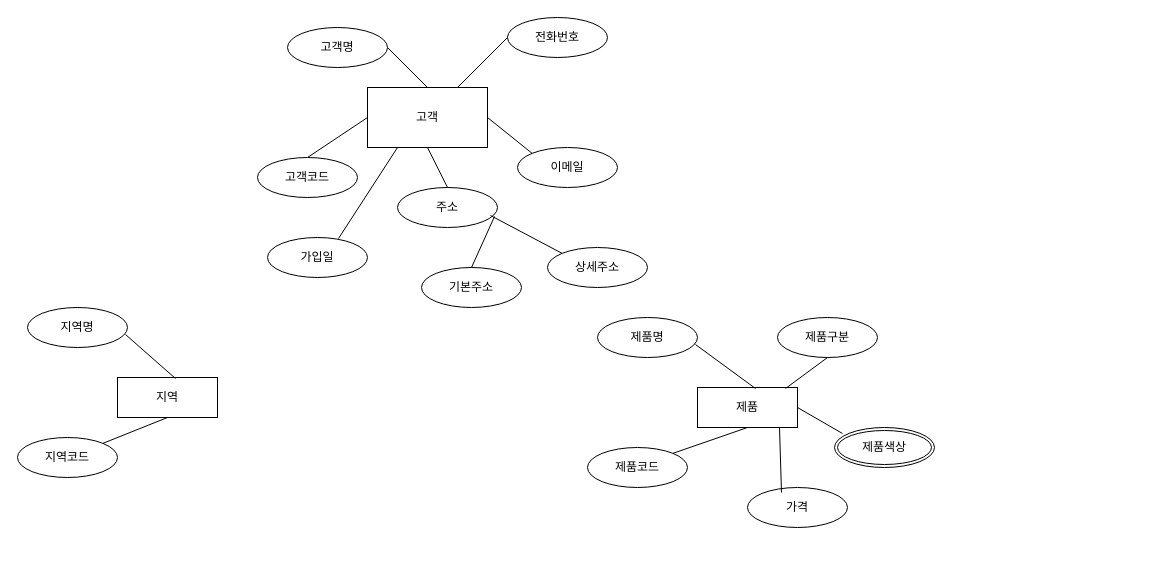
This is 제목 없는 다이어그램.drawio from dalaran28/erd, a draw.io file, before an edit. Source tidied: cells renumbered, new cells numbered last; positions are measured from the earlier drawing's top-left corner, leaving out a move shared by most shapes. Both pictures are drawn from the tidied source at 100%, with x=0, y=0 at pixel (17, 17).
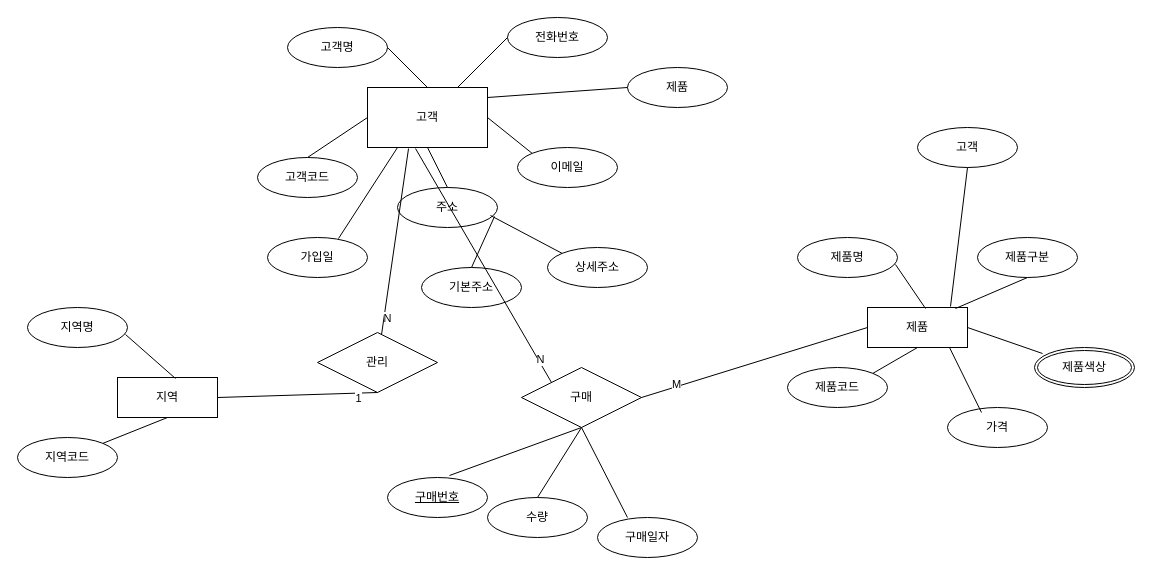
After the change.

Commit message (it also covers changes not shown here):
제목 없는 다이어그램.drawio 업데이트

The change refers to these unchanged cells:
```xml
<mxCell id="2" value="고객" style="whiteSpace=wrap;html=1;align=center;" parent="1" vertex="1">
  <mxGeometry x="350" y="70" width="120" height="60" as="geometry" />
</mxCell>
<mxCell id="19" value="지역" style="whiteSpace=wrap;html=1;align=center;" parent="1" vertex="1">
  <mxGeometry x="100" y="360" width="100" height="40" as="geometry" />
</mxCell>
```

The edit, as a diff of the source:
```diff
@@
     <mxCell id="24" value="제품" style="whiteSpace=wrap;html=1;align=center;" parent="1" vertex="1">
-      <mxGeometry x="680" y="370" width="100" height="40" as="geometry" />
+      <mxGeometry x="850" y="290" width="100" height="40" as="geometry" />
     </mxCell>
     <mxCell id="25" value="제품명" style="ellipse;whiteSpace=wrap;html=1;align=center;" parent="1" vertex="1">
-      <mxGeometry x="580" y="300" width="100" height="40" as="geometry" />
+      <mxGeometry x="780" y="220" width="100" height="40" as="geometry" />
     </mxCell>
@@
     <mxCell id="27" value="제품코드" style="ellipse;whiteSpace=wrap;html=1;align=center;" parent="1" vertex="1">
-      <mxGeometry x="570" y="430" width="100" height="40" as="geometry" />
+      <mxGeometry x="770" y="350" width="100" height="40" as="geometry" />
     </mxCell>
@@
     <mxCell id="29" value="제품구분" style="ellipse;whiteSpace=wrap;html=1;align=center;" parent="1" vertex="1">
-      <mxGeometry x="760" y="300" width="100" height="40" as="geometry" />
+      <mxGeometry x="960" y="220" width="100" height="40" as="geometry" />
     </mxCell>
@@
     <mxCell id="31" value="제품색상" style="ellipse;shape=doubleEllipse;margin=3;whiteSpace=wrap;html=1;align=center;" parent="1" vertex="1">
-      <mxGeometry x="817" y="410" width="100" height="40" as="geometry" />
+      <mxGeometry x="1017" y="330" width="100" height="40" as="geometry" />
     </mxCell>
@@
     <mxCell id="33" value="가격" style="ellipse;whiteSpace=wrap;html=1;align=center;" parent="1" vertex="1">
-      <mxGeometry x="730" y="470" width="100" height="40" as="geometry" />
+      <mxGeometry x="930" y="390" width="100" height="40" as="geometry" />
     </mxCell>
@@
+    <mxCell id="35" value="제품" style="ellipse;whiteSpace=wrap;html=1;align=center;" parent="1" vertex="1">
+      <mxGeometry x="610" y="50" width="100" height="40" as="geometry" />
+    </mxCell>
+    <mxCell id="36" style="endArrow=none;html=1;rounded=0;entryX=0;entryY=0.5;entryDx=0;entryDy=0;" parent="1" edge="1" target="35">
+      <mxGeometry relative="1" as="geometry">
+        <mxPoint x="470" y="80" as="sourcePoint" />
+      </mxGeometry>
+    </mxCell>
+    <mxCell id="37" value="고객" style="ellipse;whiteSpace=wrap;html=1;align=center;" parent="1" vertex="1">
+      <mxGeometry x="900" y="110" width="100" height="40" as="geometry" />
+    </mxCell>
+    <mxCell id="38" style="endArrow=none;html=1;rounded=0;entryX=0.83;entryY=-0.025;entryDx=0;entryDy=0;exitX=0.5;exitY=1;exitDx=0;exitDy=0;entryPerimeter=0;" parent="1" edge="1" source="37" target="24">
+      <mxGeometry relative="1" as="geometry" />
+    </mxCell>
+    <mxCell id="39" value="관리" style="shape=rhombus;perimeter=rhombusPerimeter;whiteSpace=wrap;html=1;align=center;" parent="1" vertex="1">
+      <mxGeometry x="300" y="315" width="120" height="60" as="geometry" />
+    </mxCell>
+    <mxCell id="40" style="endArrow=none;html=1;rounded=0;entryX=0.342;entryY=1.017;entryDx=0;entryDy=0;entryPerimeter=0;" parent="1" edge="1" source="39" target="2">
+      <mxGeometry relative="1" as="geometry" />
+    </mxCell>
+    <mxCell id="41" value="N" style="edgeLabel;html=1;align=center;verticalAlign=middle;" parent="40" vertex="1">
+      <mxGeometry x="-0.56" y="-1" relative="1" as="geometry">
+        <mxPoint x="-1" y="24" as="offset" />
+      </mxGeometry>
+    </mxCell>
+    <mxCell id="42" style="endArrow=none;html=1;rounded=0;entryX=0.5;entryY=1;entryDx=0;entryDy=0;exitX=1;exitY=0.5;exitDx=0;exitDy=0;" parent="1" edge="1" source="19" target="39">
+      <mxGeometry relative="1" as="geometry" />
+    </mxCell>
+    <mxCell id="43" value="1" style="edgeLabel;html=1;align=center;verticalAlign=middle;" parent="42" vertex="1">
+      <mxGeometry x="0.06" y="-5" relative="1" as="geometry">
+        <mxPoint x="55" y="-2" as="offset" />
+      </mxGeometry>
+    </mxCell>
+    <mxCell id="44" value="구매" style="shape=rhombus;perimeter=rhombusPerimeter;whiteSpace=wrap;html=1;align=center;" parent="1" vertex="1">
+      <mxGeometry x="504" y="350" width="120" height="60" as="geometry" />
+    </mxCell>
+    <mxCell id="45" value="구매번호" style="ellipse;whiteSpace=wrap;html=1;align=center;fontStyle=4;" parent="1" vertex="1">
+      <mxGeometry x="370" y="460" width="100" height="40" as="geometry" />
+    </mxCell>
+    <mxCell id="46" value="수량" style="ellipse;whiteSpace=wrap;html=1;align=center;" parent="1" vertex="1">
+      <mxGeometry x="470" y="480" width="100" height="40" as="geometry" />
+    </mxCell>
+    <mxCell id="47" value="구매일자" style="ellipse;whiteSpace=wrap;html=1;align=center;" parent="1" vertex="1">
+      <mxGeometry x="580" y="500" width="100" height="40" as="geometry" />
+    </mxCell>
+    <mxCell id="48" style="endArrow=none;html=1;rounded=0;exitX=0.5;exitY=1;exitDx=0;exitDy=0;entryX=0.62;entryY=-0.05;entryDx=0;entryDy=0;entryPerimeter=0;" parent="1" edge="1" source="44" target="45">
+      <mxGeometry relative="1" as="geometry" />
+    </mxCell>
+    <mxCell id="49" style="endArrow=none;html=1;rounded=0;exitX=0.5;exitY=1;exitDx=0;exitDy=0;entryX=0.5;entryY=0;entryDx=0;entryDy=0;" parent="1" edge="1" source="44" target="46">
+      <mxGeometry relative="1" as="geometry" />
+    </mxCell>
+    <mxCell id="50" style="endArrow=none;html=1;rounded=0;exitX=0.5;exitY=1;exitDx=0;exitDy=0;entryX=0.3;entryY=0;entryDx=0;entryDy=0;entryPerimeter=0;" parent="1" edge="1" source="44" target="47">
+      <mxGeometry relative="1" as="geometry" />
+    </mxCell>
+    <mxCell id="51" style="endArrow=none;html=1;rounded=0;exitX=0.4;exitY=1.017;exitDx=0;exitDy=0;exitPerimeter=0;entryX=0;entryY=0;entryDx=0;entryDy=0;" parent="1" edge="1" source="2" target="44">
+      <mxGeometry relative="1" as="geometry" />
+    </mxCell>
+    <mxCell id="52" value="N" style="edgeLabel;html=1;align=center;verticalAlign=middle;" parent="51" vertex="1">
+      <mxGeometry x="0.81" y="2" relative="1" as="geometry" />
+    </mxCell>
+    <mxCell id="53" style="endArrow=none;html=1;rounded=0;exitX=0;exitY=0.5;exitDx=0;exitDy=0;entryX=1;entryY=0.5;entryDx=0;entryDy=0;" parent="1" edge="1" source="24" target="44">
+      <mxGeometry relative="1" as="geometry" />
+    </mxCell>
+    <mxCell id="54" value="M" style="edgeLabel;html=1;align=center;verticalAlign=middle;" parent="53" vertex="1">
+      <mxGeometry x="0.69" y="-3" relative="1" as="geometry" />
+    </mxCell>
```
